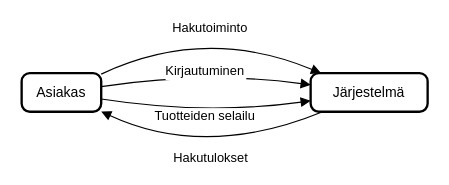
sannianniina/hello-world keeps this draw.io diagram as Nimetön kaavio.drawio. Above is the earlier version. Source tidied: cells renumbered, new cells numbered last; positions are measured from the earlier drawing's top-left corner, leaving out a move shared by most shapes. Both pictures are drawn from the tidied source at 117%, with x=0, y=0 at pixel (21, 25).
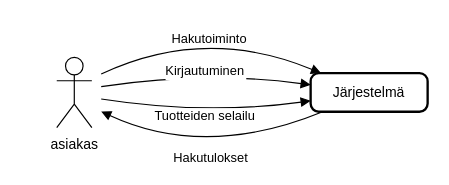
The same diagram, later.

The edit, as a diff of the source:
```diff
@@
 <mxGraphModel>
   <root>
     <mxCell id="0" />
     <mxCell id="1" parent="0" />
-    <mxCell id="2" value="Asiakas" style="rounded=1;absoluteArcSize=1;arcSize=14;whiteSpace=wrap;strokeWidth=2;" parent="1" vertex="1">
-      <mxGeometry y="41" width="68" height="33" as="geometry" />
-    </mxCell>
     <mxCell id="3" value="Järjestelmä" style="rounded=1;absoluteArcSize=1;arcSize=14;whiteSpace=wrap;strokeWidth=2;" parent="1" vertex="1">
       <mxGeometry x="247" y="41" width="100" height="33" as="geometry" />
     </mxCell>
-    <mxCell id="4" value="Hakutoiminto" style="curved=1;startArrow=none;endArrow=block;exitX=0.9946690727682674;exitY=0.030295704079695913;entryX=0.09066405896700075;entryY=0.0030302567915482955;" parent="1" edge="1" source="2" target="3">
-      <mxGeometry relative="1" as="geometry">
+    <mxCell id="4" value="Hakutoiminto" style="curved=1;startArrow=none;endArrow=block;exitX=0.9946690727682674;exitY=0.030295704079695913;entryX=0.09066405896700075;entryY=0.0030302567915482955;" parent="1" edge="1" target="3">
+      <mxGeometry x="0.03" y="-9" relative="1" as="geometry">
+        <mxPoint x="68" y="41.8" as="sourcePoint" />
         <Array as="points">
           <mxPoint x="157" />
         </Array>
       </mxGeometry>
     </mxCell>
-    <mxCell id="5" value="Kirjautuminen" style="curved=1;startArrow=none;endArrow=block;exitX=0.9946690727682674;exitY=0.34949249200758653;entryX=-0.004265594482421875;entryY=0.3007738158520948;" parent="1" edge="1" source="2" target="3">
+    <mxCell id="5" value="Kirjautuminen" style="curved=1;startArrow=none;endArrow=block;exitX=0.9946690727682674;exitY=0.34949249200758653;entryX=-0.004265594482421875;entryY=0.3007738158520948;" parent="1" edge="1" target="3">
       <mxGeometry relative="1" as="geometry">
+        <mxPoint x="68" y="52.5" as="sourcePoint" />
         <Array as="points">
           <mxPoint x="157" y="39" />
         </Array>
       </mxGeometry>
     </mxCell>
-    <mxCell id="6" value="Tuotteiden selailu" style="curved=1;startArrow=none;endArrow=block;exitX=0.9946690727682674;exitY=0.6686892799354771;entryX=-0.004265594482421875;entryY=0.7174079560909686;" parent="1" edge="1" source="2" target="3">
+    <mxCell id="6" value="Tuotteiden selailu" style="curved=1;startArrow=none;endArrow=block;exitX=0.9946690727682674;exitY=0.6686892799354771;entryX=-0.004265594482421875;entryY=0.7174079560909686;" parent="1" edge="1" target="3">
       <mxGeometry relative="1" as="geometry">
+        <mxPoint x="68" y="63.1" as="sourcePoint" />
         <Array as="points">
           <mxPoint x="157" y="77" />
         </Array>
       </mxGeometry>
     </mxCell>
-    <mxCell id="7" value="Hakutulokset" style="curved=1;startArrow=none;endArrow=block;exitX=0.09066405896700075;exitY=1.0151515151515151;entryX=0.9946690727682674;entryY=0.9878860678633675;" parent="1" edge="1" source="3" target="2">
+    <mxCell id="7" value="Hakutulokset" style="curved=1;startArrow=none;endArrow=block;exitX=0.09066405896700075;exitY=1.0151515151515151;entryX=0.9946690727682674;entryY=0.9878860678633675;" parent="1" edge="1" source="3">
       <mxGeometry relative="1" as="geometry">
+        <mxPoint x="68" y="73.8" as="targetPoint" />
         <Array as="points">
           <mxPoint x="157" y="115" />
         </Array>
       </mxGeometry>
     </mxCell>
+    <mxCell id="8" value="asiakas" style="shape=umlActor;verticalLabelPosition=bottom;verticalAlign=top;html=1;" parent="1" vertex="1">
+      <mxGeometry x="30" y="27.5" width="30" height="60" as="geometry" />
+    </mxCell>
   </root>
 </mxGraphModel>
```
